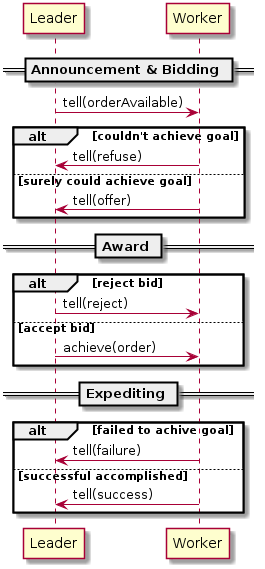
Earlier version of the PlantUML export documentation/coordination/contractNet.png (MoritzKemp/smartFactory).
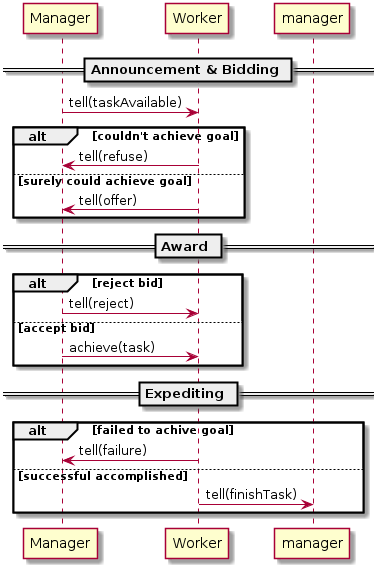
Above is the later version.

What changed in the source:
```diff
@@ -1,26 +1,26 @@
 @startuml
 
 == Announcement & Bidding ==
-Leader -> Worker : tell(orderAvailable)
+Manager -> Worker : tell(taskAvailable)
 
 alt couldn't achieve goal
-	Worker -> Leader : tell(refuse)
+	Worker -> Manager : tell(refuse)
 else surely could achieve goal
-	Worker -> Leader : tell(offer)
+	Worker -> Manager : tell(offer)
 end
 
 == Award ==
 alt reject bid
-	Leader -> Worker : tell(reject)
+	Manager -> Worker : tell(reject)
 else accept bid
-	Leader -> Worker : achieve(order)
+	Manager -> Worker : achieve(task)
 end
 
 == Expediting ==
 alt failed to achive goal
-	Worker -> Leader : tell(failure)
+	Worker -> Manager : tell(failure)
 else successful accomplished
-	Worker -> Leader : tell(success)
+	Worker -> manager : tell(finishTask)
 end
 
 @enduml
```
